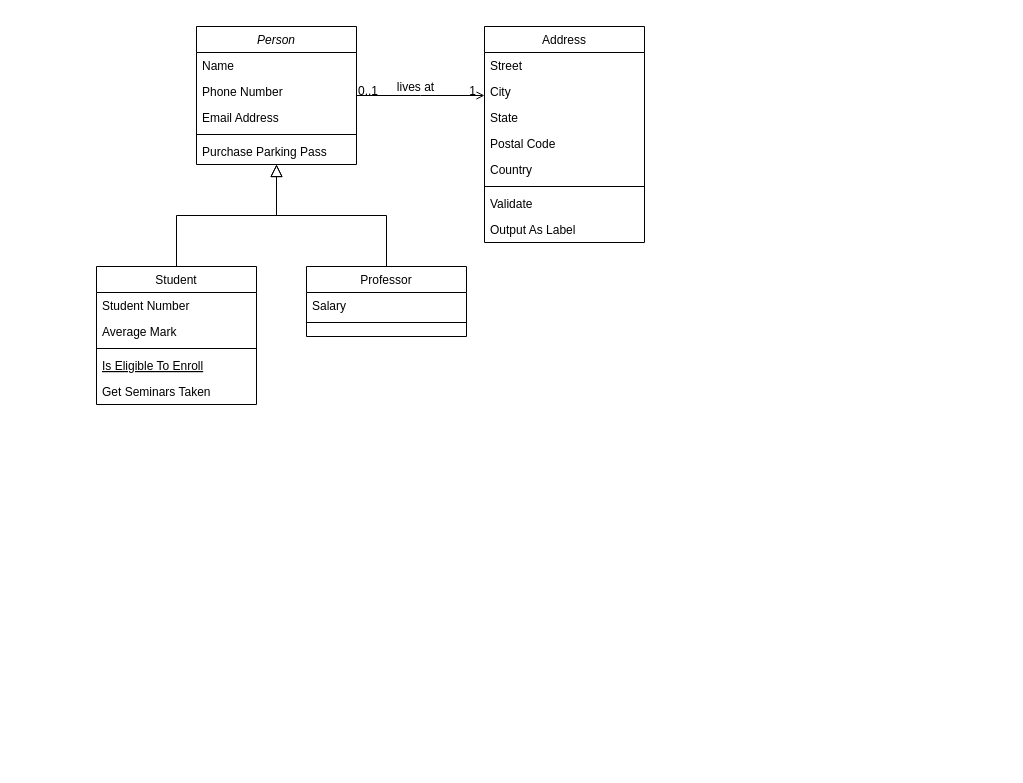
Before: OOAD/AA_class_diagram.drawio in geona2/test, a draw.io diagram. Source tidied: cells renumbered, new cells numbered last; positions are measured from the earlier drawing's top-left corner, leaving out a move shared by most shapes. Both pictures are drawn from the tidied source at 100%, with x=0, y=0 at pixel (96, 26).
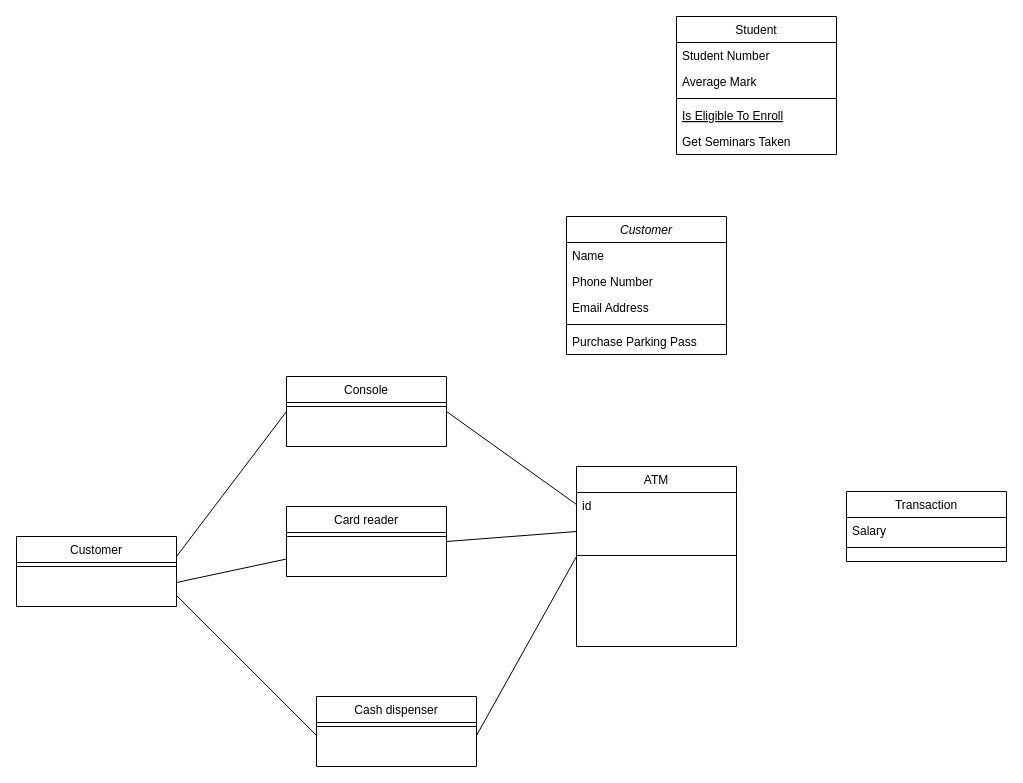
Above is the later version.

The edit, as a diff of the source:
```diff
@@
-    <mxCell id="2" value="Person" style="swimlane;fontStyle=2;align=center;verticalAlign=top;horizontal=1;startSize=26;rounded=0;shadow=0;strokeWidth=1;" parent="1" vertex="1">
-      <mxGeometry x="100" width="160" height="138" as="geometry" />
-    </mxCell>
-    <mxCell id="3" value="Name" style="text;align=left;verticalAlign=top;spacingLeft=4;spacingRight=4;overflow=hidden;" parent="2" vertex="1">
-      <mxGeometry y="26" width="160" height="26" as="geometry" />
-    </mxCell>
-    <mxCell id="4" value="Phone Number" style="text;align=left;verticalAlign=top;spacingLeft=4;spacingRight=4;overflow=hidden;rounded=0;shadow=0;html=0;" parent="2" vertex="1">
-      <mxGeometry y="52" width="160" height="26" as="geometry" />
-    </mxCell>
-    <mxCell id="5" value="Email Address" style="text;align=left;verticalAlign=top;spacingLeft=4;spacingRight=4;overflow=hidden;rounded=0;shadow=0;html=0;" parent="2" vertex="1">
-      <mxGeometry y="78" width="160" height="26" as="geometry" />
-    </mxCell>
-    <mxCell id="6" style="line;html=1;strokeWidth=1;align=left;verticalAlign=middle;spacingTop=-1;spacingLeft=3;spacingRight=3;labelPosition=right;" parent="2" vertex="1">
-      <mxGeometry y="104" width="160" height="8" as="geometry" />
-    </mxCell>
-    <mxCell id="7" value="Purchase Parking Pass" style="text;align=left;verticalAlign=top;spacingLeft=4;spacingRight=4;overflow=hidden;" parent="2" vertex="1">
-      <mxGeometry y="112" width="160" height="26" as="geometry" />
-    </mxCell>
     <mxCell id="8" value="Student" style="swimlane;fontStyle=0;align=center;verticalAlign=top;horizontal=1;startSize=26;rounded=0;shadow=0;strokeWidth=1;" parent="1" vertex="1">
-      <mxGeometry y="240" width="160" height="138" as="geometry" />
+      <mxGeometry x="580" y="-10" width="160" height="138" as="geometry" />
     </mxCell>
@@
-    <mxCell id="10" value="Average Mark" style="text;align=left;verticalAlign=top;spacingLeft=4;spacingRight=4;overflow=hidden;rounded=0;shadow=0;html=0;" parent="8" vertex="1">
+    <mxCell id="10" value="Average Mark" style="text;align=left;verticalAlign=top;spacingLeft=4;spacingRight=4;overflow=hidden;rounded=0;shadow=0;html=0;sketch=1;" parent="8" vertex="1">
       <mxGeometry y="52" width="160" height="26" as="geometry" />
     </mxCell>
@@
-    <mxCell id="14" style="endArrow=block;endSize=10;endFill=0;shadow=0;strokeWidth=1;rounded=0;edgeStyle=elbowEdgeStyle;elbow=vertical;" parent="1" edge="1" source="8" target="2">
-      <mxGeometry relative="1" as="geometry" />
-    </mxCell>
-    <mxCell id="15" value="Professor" style="swimlane;fontStyle=0;align=center;verticalAlign=top;horizontal=1;startSize=26;rounded=0;shadow=0;strokeWidth=1;" parent="1" vertex="1">
-      <mxGeometry x="210" y="240" width="160" height="70" as="geometry" />
+    <mxCell id="15" value="Transaction" style="swimlane;fontStyle=0;align=center;verticalAlign=top;horizontal=1;startSize=26;rounded=0;shadow=0;strokeWidth=1;" parent="1" vertex="1">
+      <mxGeometry x="750" y="465" width="160" height="70" as="geometry" />
     </mxCell>
@@
-    <mxCell id="18" style="endArrow=block;endSize=10;endFill=0;shadow=0;strokeWidth=1;rounded=0;edgeStyle=elbowEdgeStyle;elbow=vertical;" parent="1" edge="1" source="15" target="2">
-      <mxGeometry relative="1" as="geometry" />
-    </mxCell>
-    <mxCell id="19" value="Address" style="swimlane;fontStyle=0;align=center;verticalAlign=top;horizontal=1;startSize=26;rounded=0;shadow=0;strokeWidth=1;" parent="1" vertex="1">
-      <mxGeometry x="388" width="160" height="216" as="geometry" />
-    </mxCell>
-    <mxCell id="20" value="Street" style="text;align=left;verticalAlign=top;spacingLeft=4;spacingRight=4;overflow=hidden;" parent="19" vertex="1">
-      <mxGeometry y="26" width="160" height="26" as="geometry" />
-    </mxCell>
-    <mxCell id="21" value="City" style="text;align=left;verticalAlign=top;spacingLeft=4;spacingRight=4;overflow=hidden;rounded=0;shadow=0;html=0;" parent="19" vertex="1">
-      <mxGeometry y="52" width="160" height="26" as="geometry" />
-    </mxCell>
-    <mxCell id="22" value="State" style="text;align=left;verticalAlign=top;spacingLeft=4;spacingRight=4;overflow=hidden;rounded=0;shadow=0;html=0;" parent="19" vertex="1">
-      <mxGeometry y="78" width="160" height="26" as="geometry" />
-    </mxCell>
-    <mxCell id="23" value="Postal Code" style="text;align=left;verticalAlign=top;spacingLeft=4;spacingRight=4;overflow=hidden;rounded=0;shadow=0;html=0;" parent="19" vertex="1">
-      <mxGeometry y="104" width="160" height="26" as="geometry" />
-    </mxCell>
-    <mxCell id="24" value="Country" style="text;align=left;verticalAlign=top;spacingLeft=4;spacingRight=4;overflow=hidden;rounded=0;shadow=0;html=0;" parent="19" vertex="1">
-      <mxGeometry y="130" width="160" height="26" as="geometry" />
-    </mxCell>
-    <mxCell id="25" style="line;html=1;strokeWidth=1;align=left;verticalAlign=middle;spacingTop=-1;spacingLeft=3;spacingRight=3;labelPosition=right;" parent="19" vertex="1">
-      <mxGeometry y="156" width="160" height="8" as="geometry" />
-    </mxCell>
-    <mxCell id="26" value="Validate" style="text;align=left;verticalAlign=top;spacingLeft=4;spacingRight=4;overflow=hidden;" parent="19" vertex="1">
-      <mxGeometry y="164" width="160" height="26" as="geometry" />
-    </mxCell>
-    <mxCell id="27" value="Output As Label" style="text;align=left;verticalAlign=top;spacingLeft=4;spacingRight=4;overflow=hidden;" parent="19" vertex="1">
-      <mxGeometry y="190" width="160" height="26" as="geometry" />
-    </mxCell>
-    <mxCell id="28" style="endArrow=open;shadow=0;strokeWidth=1;rounded=0;endFill=1;edgeStyle=elbowEdgeStyle;elbow=vertical;" parent="1" edge="1" source="2" target="19">
-      <mxGeometry x="0.5" y="41" relative="1" as="geometry">
-        <mxPoint x="-40" y="32" as="offset" />
-      </mxGeometry>
-    </mxCell>
-    <mxCell id="29" value="0..1" style="align=left;verticalAlign=bottom;labelBackgroundColor=none;fontSize=12;" parent="28" vertex="1">
-      <mxGeometry x="-1" relative="1" as="geometry">
-        <mxPoint y="4" as="offset" />
-      </mxGeometry>
-    </mxCell>
-    <mxCell id="30" value="1" style="align=right;verticalAlign=bottom;labelBackgroundColor=none;fontSize=12;" parent="28" vertex="1">
-      <mxGeometry x="1" relative="1" as="geometry">
-        <mxPoint x="-7" y="4" as="offset" />
-      </mxGeometry>
-    </mxCell>
-    <mxCell id="31" value="lives at" style="text;html=1;align=center;verticalAlign=middle;labelBackgroundColor=none;rounded=0;shadow=0;strokeWidth=1;fontSize=12;" parent="28" vertex="1">
-      <mxGeometry x="0.5" y="49" relative="1" as="geometry">
-        <mxPoint x="-38" y="40" as="offset" />
-      </mxGeometry>
-    </mxCell>
+    <mxCell id="32" value="ATM" style="swimlane;fontStyle=0;align=center;verticalAlign=top;horizontal=1;startSize=26;rounded=0;shadow=0;strokeWidth=1;swimlaneFillColor=default;" parent="1" vertex="1">
+      <mxGeometry x="480" y="440" width="160" height="180" as="geometry" />
+    </mxCell>
+    <mxCell id="33" value="id" style="text;align=left;verticalAlign=top;spacingLeft=4;spacingRight=4;overflow=hidden;points=[[0,0.5],[1,0.5]];portConstraint=eastwest;" parent="32" vertex="1">
+      <mxGeometry y="26" width="160" height="24" as="geometry" />
+    </mxCell>
+    <mxCell id="34" style="line;html=1;strokeWidth=1;align=left;verticalAlign=middle;spacingTop=-1;spacingLeft=3;spacingRight=3;labelPosition=right;" parent="32" vertex="1">
+      <mxGeometry y="50" width="160" height="78" as="geometry" />
+    </mxCell>
+    <mxCell id="35" value="Card reader" style="swimlane;fontStyle=0;align=center;verticalAlign=top;horizontal=1;startSize=26;rounded=0;shadow=0;strokeWidth=1;" parent="1" vertex="1">
+      <mxGeometry x="190" y="480" width="160" height="70" as="geometry" />
+    </mxCell>
+    <mxCell id="36" style="line;html=1;strokeWidth=1;align=left;verticalAlign=middle;spacingTop=-1;spacingLeft=3;spacingRight=3;labelPosition=right;" parent="35" vertex="1">
+      <mxGeometry y="26" width="160" height="8" as="geometry" />
+    </mxCell>
+    <mxCell id="37" value="Cash dispenser" style="swimlane;fontStyle=0;align=center;verticalAlign=top;horizontal=1;startSize=26;rounded=0;shadow=0;strokeWidth=1;" parent="1" vertex="1">
+      <mxGeometry x="220" y="670" width="160" height="70" as="geometry" />
+    </mxCell>
+    <mxCell id="38" style="line;html=1;strokeWidth=1;align=left;verticalAlign=middle;spacingTop=-1;spacingLeft=3;spacingRight=3;labelPosition=right;" parent="37" vertex="1">
+      <mxGeometry y="26" width="160" height="8" as="geometry" />
+    </mxCell>
+    <mxCell id="39" style="endArrow=none;html=1;rounded=0;exitX=1;exitY=0.5;exitDx=0;exitDy=0;entryX=0;entryY=0.5;entryDx=0;entryDy=0;" parent="1" edge="1" target="46">
+      <mxGeometry relative="1" as="geometry">
+        <mxPoint x="80" y="530" as="sourcePoint" />
+      </mxGeometry>
+    </mxCell>
+    <mxCell id="40" style="endArrow=none;html=1;rounded=0;exitX=1;exitY=0.5;exitDx=0;exitDy=0;entryX=0;entryY=0.75;entryDx=0;entryDy=0;" parent="1" edge="1" target="35">
+      <mxGeometry relative="1" as="geometry">
+        <mxPoint x="80" y="556" as="sourcePoint" />
+      </mxGeometry>
+    </mxCell>
+    <mxCell id="41" style="endArrow=none;html=1;rounded=0;exitX=0.997;exitY=0.985;exitDx=0;exitDy=0;entryX=0;entryY=0.5;entryDx=0;entryDy=0;exitPerimeter=0;" parent="1" edge="1">
+      <mxGeometry relative="1" as="geometry">
+        <mxPoint x="79.5" y="568.6" as="sourcePoint" />
+        <mxPoint x="220" y="709" as="targetPoint" />
+      </mxGeometry>
+    </mxCell>
+    <mxCell id="42" style="endArrow=none;html=1;rounded=0;exitX=0;exitY=0.5;exitDx=0;exitDy=0;entryX=1;entryY=0.5;entryDx=0;entryDy=0;" parent="1" edge="1" source="33" target="46">
+      <mxGeometry relative="1" as="geometry" />
+    </mxCell>
+    <mxCell id="43" style="endArrow=none;html=1;rounded=0;exitX=0;exitY=0.5;exitDx=0;exitDy=0;entryX=1;entryY=0.5;entryDx=0;entryDy=0;" parent="1" edge="1" target="35">
+      <mxGeometry relative="1" as="geometry">
+        <mxPoint x="480" y="505" as="sourcePoint" />
+      </mxGeometry>
+    </mxCell>
+    <mxCell id="44" style="endArrow=none;html=1;rounded=0;entryX=1;entryY=0.5;entryDx=0;entryDy=0;exitX=0;exitY=0.5;exitDx=0;exitDy=0;" parent="1" edge="1" source="32">
+      <mxGeometry relative="1" as="geometry">
+        <mxPoint x="380" y="709" as="targetPoint" />
+      </mxGeometry>
+    </mxCell>
+    <mxCell id="45" value="Customer" style="swimlane;fontStyle=2;align=center;verticalAlign=top;horizontal=1;startSize=26;rounded=0;shadow=0;strokeWidth=1;" parent="1" vertex="1">
+      <mxGeometry x="470" y="190" width="160" height="138" as="geometry" />
+    </mxCell>
+    <mxCell id="3" value="Name" style="text;align=left;verticalAlign=top;spacingLeft=4;spacingRight=4;overflow=hidden;" parent="45" vertex="1">
+      <mxGeometry y="26" width="160" height="26" as="geometry" />
+    </mxCell>
+    <mxCell id="4" value="Phone Number" style="text;align=left;verticalAlign=top;spacingLeft=4;spacingRight=4;overflow=hidden;rounded=0;shadow=0;html=0;" parent="45" vertex="1">
+      <mxGeometry y="52" width="160" height="26" as="geometry" />
+    </mxCell>
+    <mxCell id="5" value="Email Address" style="text;align=left;verticalAlign=top;spacingLeft=4;spacingRight=4;overflow=hidden;rounded=0;shadow=0;html=0;" parent="45" vertex="1">
+      <mxGeometry y="78" width="160" height="26" as="geometry" />
+    </mxCell>
+    <mxCell id="6" style="line;html=1;strokeWidth=1;align=left;verticalAlign=middle;spacingTop=-1;spacingLeft=3;spacingRight=3;labelPosition=right;" parent="45" vertex="1">
+      <mxGeometry y="104" width="160" height="8" as="geometry" />
+    </mxCell>
+    <mxCell id="7" value="Purchase Parking Pass" style="text;align=left;verticalAlign=top;spacingLeft=4;spacingRight=4;overflow=hidden;" parent="45" vertex="1">
+      <mxGeometry y="112" width="160" height="26" as="geometry" />
+    </mxCell>
+    <mxCell id="46" value="Console" style="swimlane;fontStyle=0;align=center;verticalAlign=top;horizontal=1;startSize=26;rounded=0;shadow=0;strokeWidth=1;" parent="1" vertex="1">
+      <mxGeometry x="190" y="350" width="160" height="70" as="geometry" />
+    </mxCell>
+    <mxCell id="47" style="line;html=1;strokeWidth=1;align=left;verticalAlign=middle;spacingTop=-1;spacingLeft=3;spacingRight=3;labelPosition=right;" parent="46" vertex="1">
+      <mxGeometry y="26" width="160" height="8" as="geometry" />
+    </mxCell>
+    <mxCell id="48" value="Customer" style="swimlane;fontStyle=0;align=center;verticalAlign=top;horizontal=1;startSize=26;rounded=0;shadow=0;strokeWidth=1;" parent="1" vertex="1">
+      <mxGeometry x="-80" y="510" width="160" height="70" as="geometry" />
+    </mxCell>
+    <mxCell id="49" style="line;html=1;strokeWidth=1;align=left;verticalAlign=middle;spacingTop=-1;spacingLeft=3;spacingRight=3;labelPosition=right;" parent="48" vertex="1">
+      <mxGeometry y="26" width="160" height="8" as="geometry" />
+    </mxCell>
```
